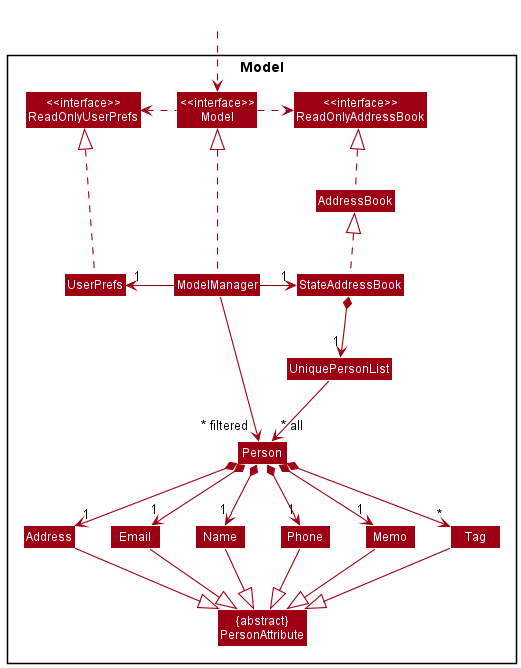
tandeshao/tp keeps this PlantUML diagram as docs/images/ModelClassDiagram.png. Above is the earlier version.
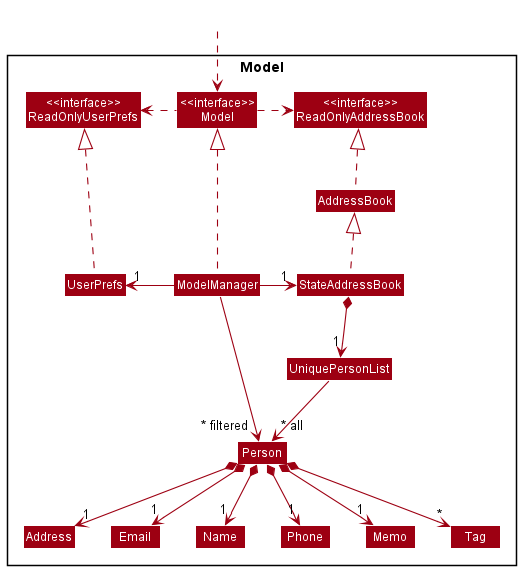
After the commit.

Diff of the diagram source:
```diff
@@ -10,7 +10,6 @@
 Class "<<interface>>\nReadOnlyAddressBook" as ReadOnlyAddressBook
 Class "<<interface>>\nReadOnlyUserPrefs" as ReadOnlyUserPrefs
 Class "<<interface>>\nModel" as Model
-Class "{abstract}\nPersonAttribute" as PersonAttribute
 Class AddressBook
 Class StateAddressBook
 Class ModelManager
@@ -48,12 +47,6 @@
 Person *--> "1"Memo
 Person *--> "*" Tag
 
-Name -down-|> PersonAttribute
-Phone -down-|> PersonAttribute
-Email -down-|> PersonAttribute
-Address -down-|> PersonAttribute
-Memo -down-|> PersonAttribute
-Tag -down-|> PersonAttribute
 
 
 ModelManager -->"~* filtered" Person
```
